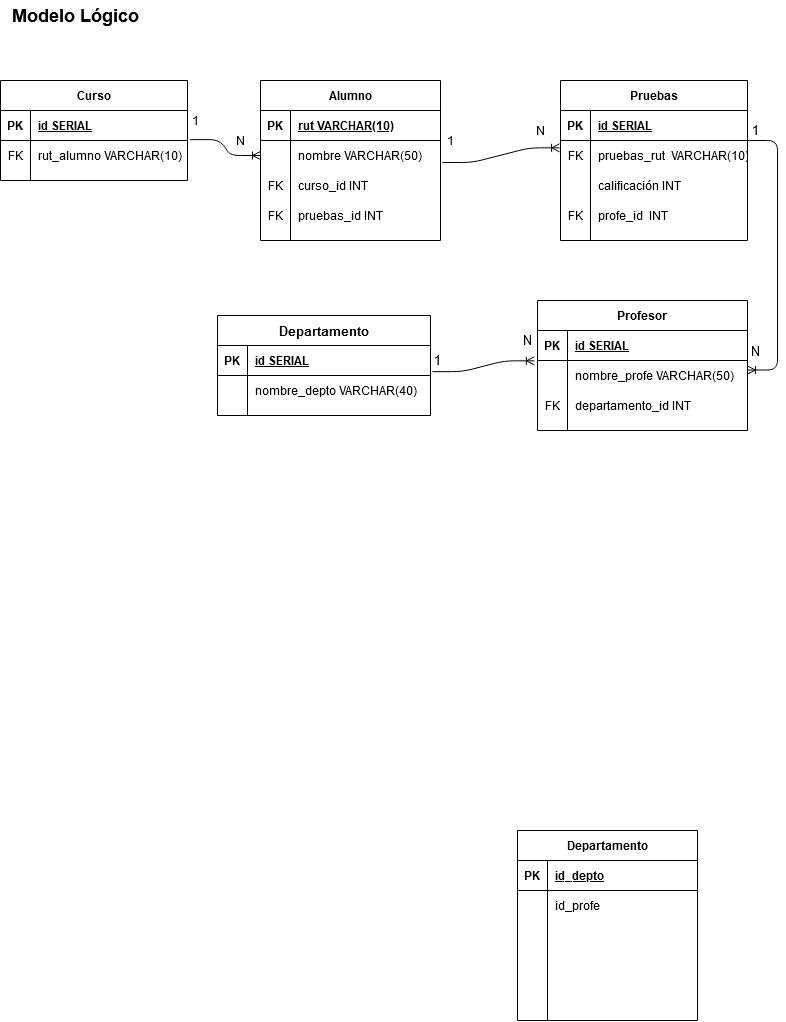
gilibethvega/modelamiento_de_datos keeps this draw.io diagram as Caso2_modelos.png. Above is the earlier version. Source tidied: cells renumbered, new cells last; positions are measured from the earlier drawing's top-left corner, leaving out a move shared by most shapes.
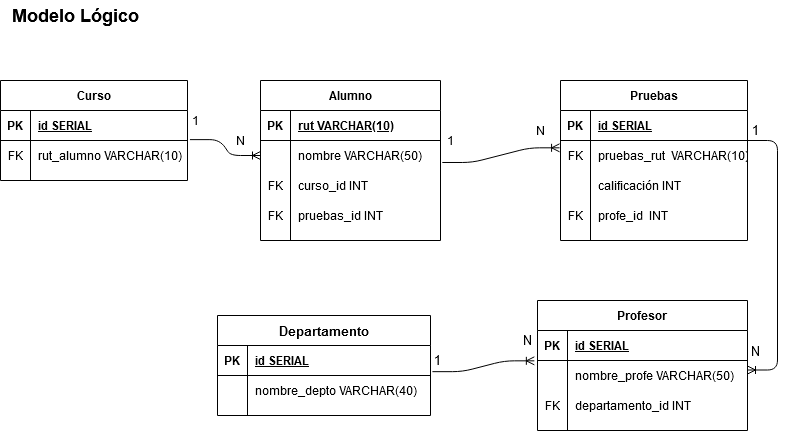
The same file after the commit.

Change to the diagram source:
```diff
@@ -131,54 +131,6 @@
     <mxCell id="44" value="rut_alumno VARCHAR(10)" style="shape=partialRectangle;fillColor=none;top=0;left=0;bottom=0;right=0;align=left;spacingLeft=6;overflow=hidden;" parent="42" vertex="1">
       <mxGeometry x="30" width="157" height="30" as="geometry" />
     </mxCell>
-    <mxCell id="45" value="Departamento" style="shape=table;startSize=30;rowLines=0;fontStyle=1;align=center;" parent="1" vertex="1">
-      <mxGeometry x="517" y="830" width="180" height="190" as="geometry" />
-    </mxCell>
-    <mxCell id="46" style="shape=partialRectangle;fillColor=none;top=0;left=0;bottom=1;right=0;" parent="45" vertex="1">
-      <mxGeometry y="30" width="180" height="30" as="geometry" />
-    </mxCell>
-    <mxCell id="47" value="PK" style="shape=partialRectangle;fillColor=none;top=0;left=0;bottom=0;right=0;fontStyle=1;overflow=hidden;" parent="46" vertex="1">
-      <mxGeometry width="30" height="30" as="geometry" />
-    </mxCell>
-    <mxCell id="48" value="id_depto" style="shape=partialRectangle;fillColor=none;top=0;left=0;bottom=0;right=0;align=left;spacingLeft=6;fontStyle=5;overflow=hidden;" parent="46" vertex="1">
-      <mxGeometry x="30" width="150" height="30" as="geometry" />
-    </mxCell>
-    <mxCell id="49" style="shape=partialRectangle;fillColor=none;top=0;left=0;bottom=0;right=0;" parent="45" vertex="1">
-      <mxGeometry y="60" width="180" height="30" as="geometry" />
-    </mxCell>
-    <mxCell id="50" style="shape=partialRectangle;fillColor=none;top=0;left=0;bottom=0;right=0;overflow=hidden;" parent="49" vertex="1">
-      <mxGeometry width="30" height="30" as="geometry" />
-    </mxCell>
-    <mxCell id="51" value="id_profe" style="shape=partialRectangle;fillColor=none;top=0;left=0;bottom=0;right=0;align=left;spacingLeft=6;overflow=hidden;" parent="49" vertex="1">
-      <mxGeometry x="30" width="150" height="30" as="geometry" />
-    </mxCell>
-    <mxCell id="52" style="shape=partialRectangle;fillColor=none;top=0;left=0;bottom=0;right=0;" parent="45" vertex="1">
-      <mxGeometry y="90" width="180" height="30" as="geometry" />
-    </mxCell>
-    <mxCell id="53" style="shape=partialRectangle;fillColor=none;top=0;left=0;bottom=0;right=0;overflow=hidden;" parent="52" vertex="1">
-      <mxGeometry width="30" height="30" as="geometry" />
-    </mxCell>
-    <mxCell id="54" style="shape=partialRectangle;fillColor=none;top=0;left=0;bottom=0;right=0;align=left;spacingLeft=6;overflow=hidden;" parent="52" vertex="1">
-      <mxGeometry x="30" width="150" height="30" as="geometry" />
-    </mxCell>
-    <mxCell id="55" style="shape=partialRectangle;fillColor=none;top=0;left=0;bottom=0;right=0;" parent="45" vertex="1">
-      <mxGeometry y="120" width="180" height="30" as="geometry" />
-    </mxCell>
-    <mxCell id="56" style="shape=partialRectangle;fillColor=none;top=0;left=0;bottom=0;right=0;fontStyle=0;overflow=hidden;" parent="55" vertex="1">
-      <mxGeometry width="30" height="30" as="geometry" />
-    </mxCell>
-    <mxCell id="57" style="shape=partialRectangle;fillColor=none;top=0;left=0;bottom=0;right=0;align=left;spacingLeft=6;fontStyle=0;overflow=hidden;" parent="55" vertex="1">
-      <mxGeometry x="30" width="150" height="30" as="geometry" />
-    </mxCell>
-    <mxCell id="58" style="shape=partialRectangle;fillColor=none;top=0;left=0;bottom=0;right=0;" parent="45" vertex="1">
-      <mxGeometry y="150" width="180" height="30" as="geometry" />
-    </mxCell>
-    <mxCell id="59" style="shape=partialRectangle;fillColor=none;top=0;left=0;bottom=0;right=0;overflow=hidden;" parent="58" vertex="1">
-      <mxGeometry width="30" height="30" as="geometry" />
-    </mxCell>
-    <mxCell id="60" style="shape=partialRectangle;fillColor=none;top=0;left=0;bottom=0;right=0;align=left;spacingLeft=6;overflow=hidden;" parent="58" vertex="1">
-      <mxGeometry x="30" width="150" height="30" as="geometry" />
-    </mxCell>
     <mxCell id="61" style="edgeStyle=entityRelationEdgeStyle;fontSize=12;html=1;endArrow=ERoneToMany;exitX=1.013;exitY=-0.029;exitDx=0;exitDy=0;exitPerimeter=0;" parent="1" edge="1" source="42" target="6">
       <mxGeometry relative="1" as="geometry" />
     </mxCell>
```
